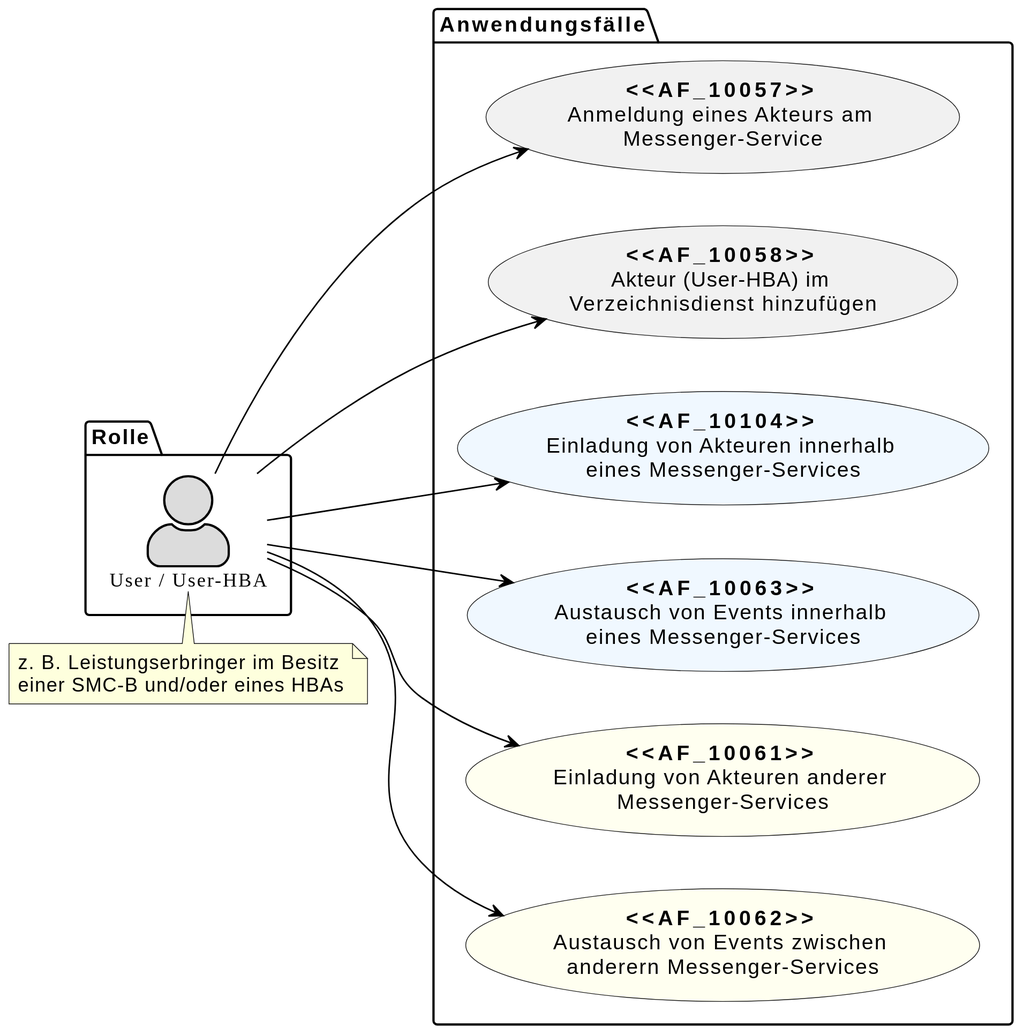
This is images/diagrams/TI-Messenger-Dienst/Ressourcen/UC_user_HBA.svg from gematik/api-ti-messenger, a PlantUML export, as it was before one commit.
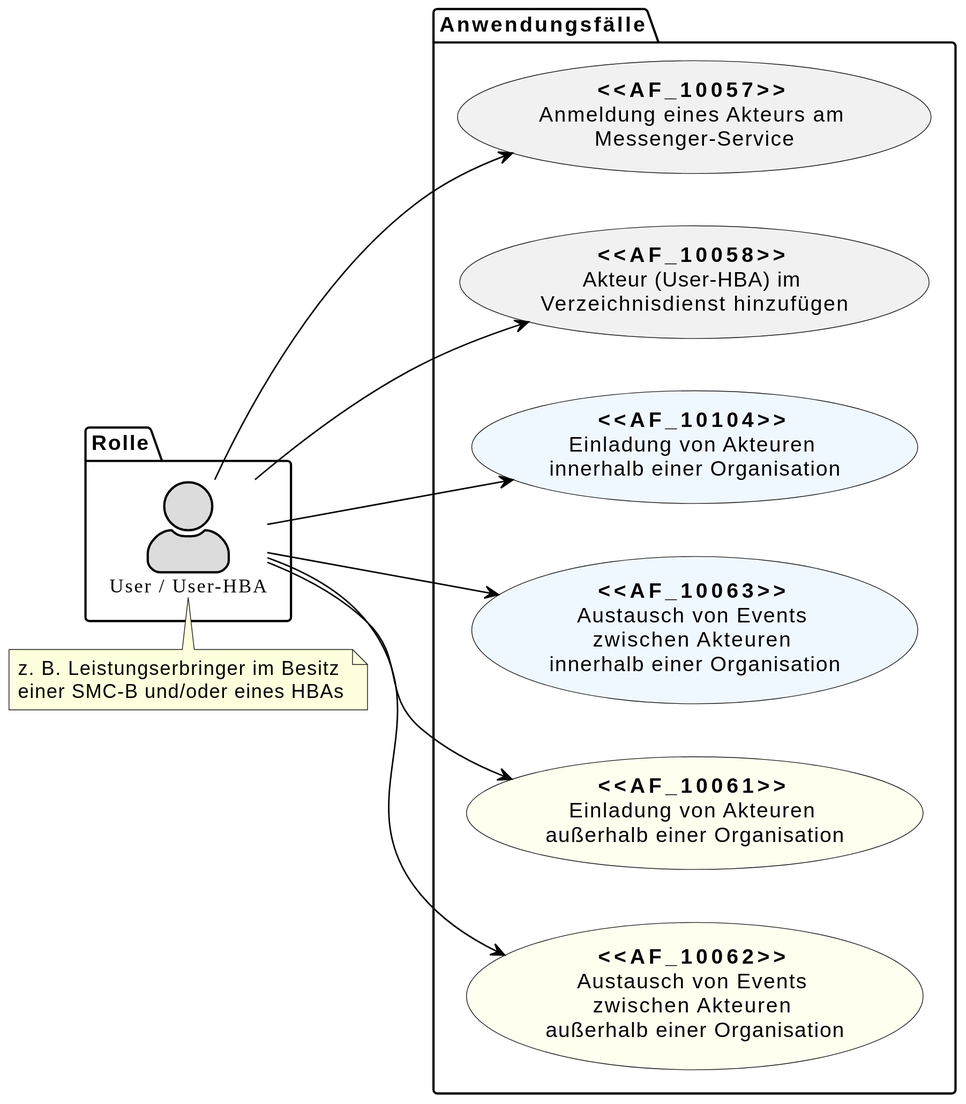
After the commit.

Change to the diagram source:
```diff
@@ -31,10 +31,10 @@
 package Anwendungsfälle {
 usecase "**<<AF_10057>>** \nAnmeldung eines Akteurs am \nMessenger-Service" as UC1
 usecase "**<<AF_10058>>** \nAkteur (User-HBA) im \nVerzeichnisdienst hinzufügen" as UC2
-usecase "**<<AF_10104>>** \nEinladung von Akteuren innerhalb \neines Messenger-Services" as UC3 #AliceBlue
-usecase "**<<AF_10063>>** \nAustausch von Events innerhalb \neines Messenger-Services" as UC4 #AliceBlue
-usecase "**<<AF_10061>>** \nEinladung von Akteuren anderer \nMessenger-Services" as UC5 #Ivory
-usecase "**<<AF_10062>>** \nAustausch von Events zwischen \nanderern Messenger-Services" as UC6 #Ivory
+usecase "**<<AF_10104>>** \nEinladung von Akteuren \ninnerhalb einer Organisation" as UC3 #AliceBlue
+usecase "**<<AF_10063>>** \nAustausch von Events \nzwischen Akteuren \ninnerhalb einer Organisation" as UC4 #AliceBlue
+usecase "**<<AF_10061>>** \nEinladung von Akteuren \naußerhalb einer Organisation" as UC5 #Ivory
+usecase "**<<AF_10062>>** \nAustausch von Events \nzwischen Akteuren \naußerhalb einer Organisation" as UC6 #Ivory
 }
 
 uuh --> UC1
```
